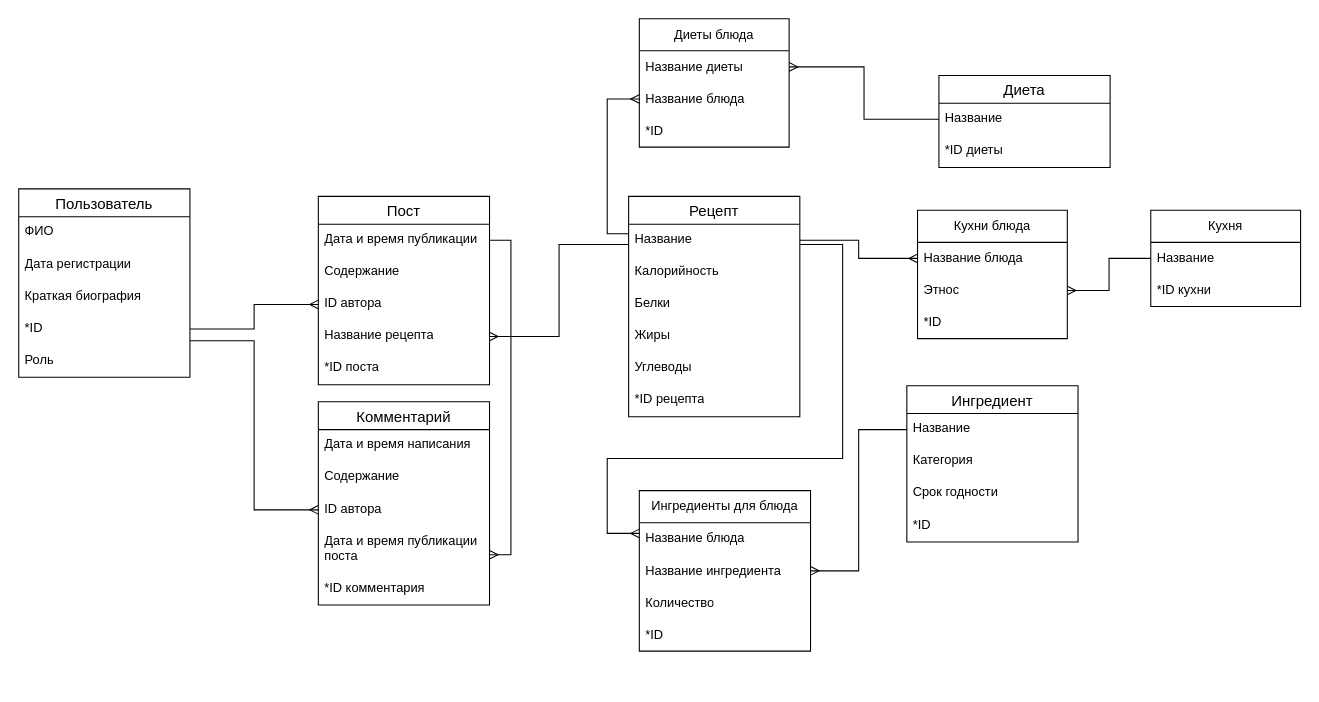
This is database.drawio from shuntarochishiya/Chef-Blog, a draw.io file, before an edit. Source tidied: cells renumbered, new cells numbered last; positions are measured from the earlier drawing's top-left corner, leaving out a move shared by most shapes. Both pictures are drawn from the tidied source at 107%, with x=0, y=0 at pixel (18, 18).
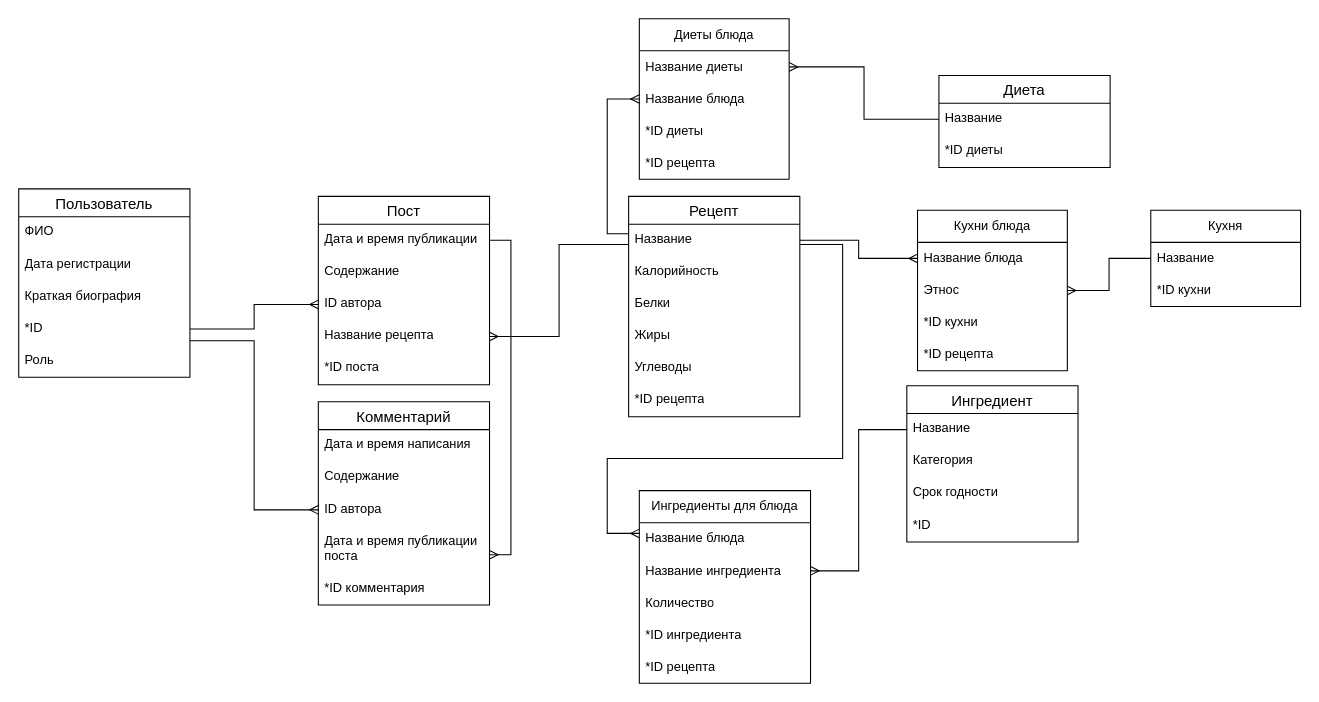
After the change.

The edit, as a diff of the source:
```diff
@@
     <mxCell id="35" value="Ингредиенты для блюда" style="swimlane;fontStyle=0;horizontal=1;startSize=30;whiteSpace=wrap;html=1;" parent="1" vertex="1">
-      <mxGeometry x="580" y="441" width="160" height="150" as="geometry" />
+      <mxGeometry x="580" y="441" width="160" height="180" as="geometry" />
     </mxCell>
@@
-    <mxCell id="39" value="*ID" style="text;strokeColor=none;fillColor=none;align=left;verticalAlign=middle;spacingLeft=4;spacingRight=4;overflow=hidden;whiteSpace=wrap;html=1;" parent="35" vertex="1">
+    <mxCell id="39" value="*ID ингредиента" style="text;strokeColor=none;fillColor=none;align=left;verticalAlign=middle;spacingLeft=4;spacingRight=4;overflow=hidden;whiteSpace=wrap;html=1;" parent="35" vertex="1">
       <mxGeometry y="120" width="160" height="30" as="geometry" />
     </mxCell>
+    <mxCell id="61" value="*ID рецепта" style="text;strokeColor=none;fillColor=none;align=left;verticalAlign=middle;spacingLeft=4;spacingRight=4;overflow=hidden;whiteSpace=wrap;html=1;" parent="35" vertex="1">
+      <mxGeometry y="150" width="160" height="30" as="geometry" />
+    </mxCell>
@@
     <mxCell id="42" value="Диеты блюда" style="swimlane;fontStyle=0;horizontal=1;startSize=30;whiteSpace=wrap;html=1;" parent="1" vertex="1">
-      <mxGeometry x="580" width="140" height="120" as="geometry" />
+      <mxGeometry x="580" width="140" height="150" as="geometry" />
     </mxCell>
@@
-    <mxCell id="45" value="*ID" style="text;strokeColor=none;fillColor=none;align=left;verticalAlign=middle;spacingLeft=4;spacingRight=4;overflow=hidden;whiteSpace=wrap;html=1;" parent="42" vertex="1">
+    <mxCell id="45" value="*ID диеты" style="text;strokeColor=none;fillColor=none;align=left;verticalAlign=middle;spacingLeft=4;spacingRight=4;overflow=hidden;whiteSpace=wrap;html=1;" parent="42" vertex="1">
       <mxGeometry y="90" width="140" height="30" as="geometry" />
     </mxCell>
+    <mxCell id="62" value="*ID рецепта" style="text;strokeColor=none;fillColor=none;align=left;verticalAlign=middle;spacingLeft=4;spacingRight=4;overflow=hidden;whiteSpace=wrap;html=1;" parent="42" vertex="1">
+      <mxGeometry y="120" width="140" height="30" as="geometry" />
+    </mxCell>
@@
     <mxCell id="52" value="Кухни блюда" style="swimlane;fontStyle=0;horizontal=1;startSize=30;whiteSpace=wrap;html=1;" parent="1" vertex="1">
-      <mxGeometry x="840" y="179" width="140" height="120" as="geometry" />
+      <mxGeometry x="840" y="179" width="140" height="150" as="geometry" />
     </mxCell>
@@
-    <mxCell id="55" value="*ID" style="text;strokeColor=none;fillColor=none;align=left;verticalAlign=middle;spacingLeft=4;spacingRight=4;overflow=hidden;whiteSpace=wrap;html=1;" parent="52" vertex="1">
+    <mxCell id="55" value="*ID кухни" style="text;strokeColor=none;fillColor=none;align=left;verticalAlign=middle;spacingLeft=4;spacingRight=4;overflow=hidden;whiteSpace=wrap;html=1;" parent="52" vertex="1">
       <mxGeometry y="90" width="140" height="30" as="geometry" />
     </mxCell>
+    <mxCell id="63" value="*ID рецепта" style="text;strokeColor=none;fillColor=none;align=left;verticalAlign=middle;spacingLeft=4;spacingRight=4;overflow=hidden;whiteSpace=wrap;html=1;" parent="52" vertex="1">
+      <mxGeometry y="120" width="140" height="30" as="geometry" />
+    </mxCell>
```
